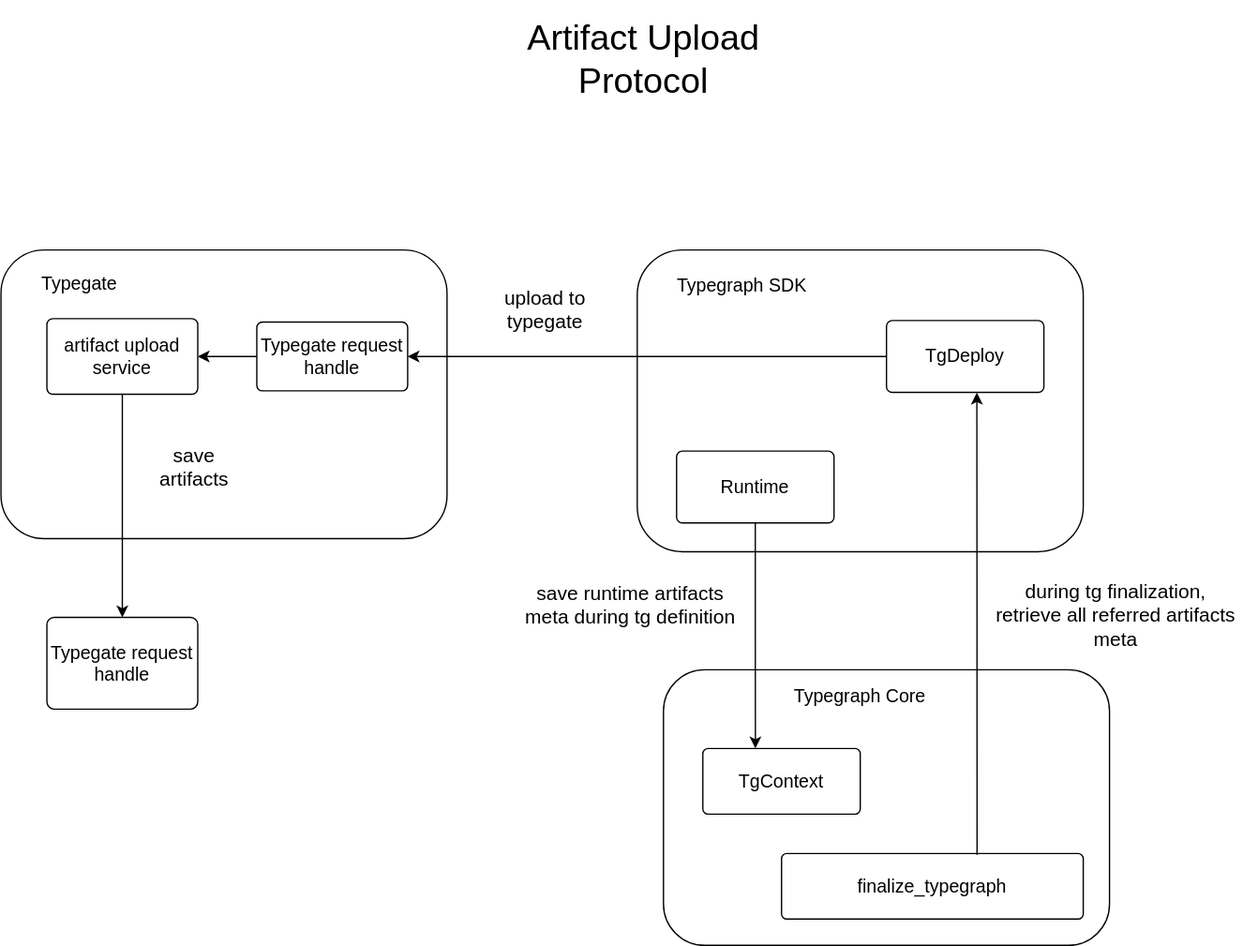
Before: docs/workflows/artifact_upload_protocol.drawio.svg, a diagram exported from draw.io (metatypedev/metatype). Source tidied: cells renumbered, new cells last; positions are measured from the earlier drawing's top-left corner, leaving out a move shared by most shapes.
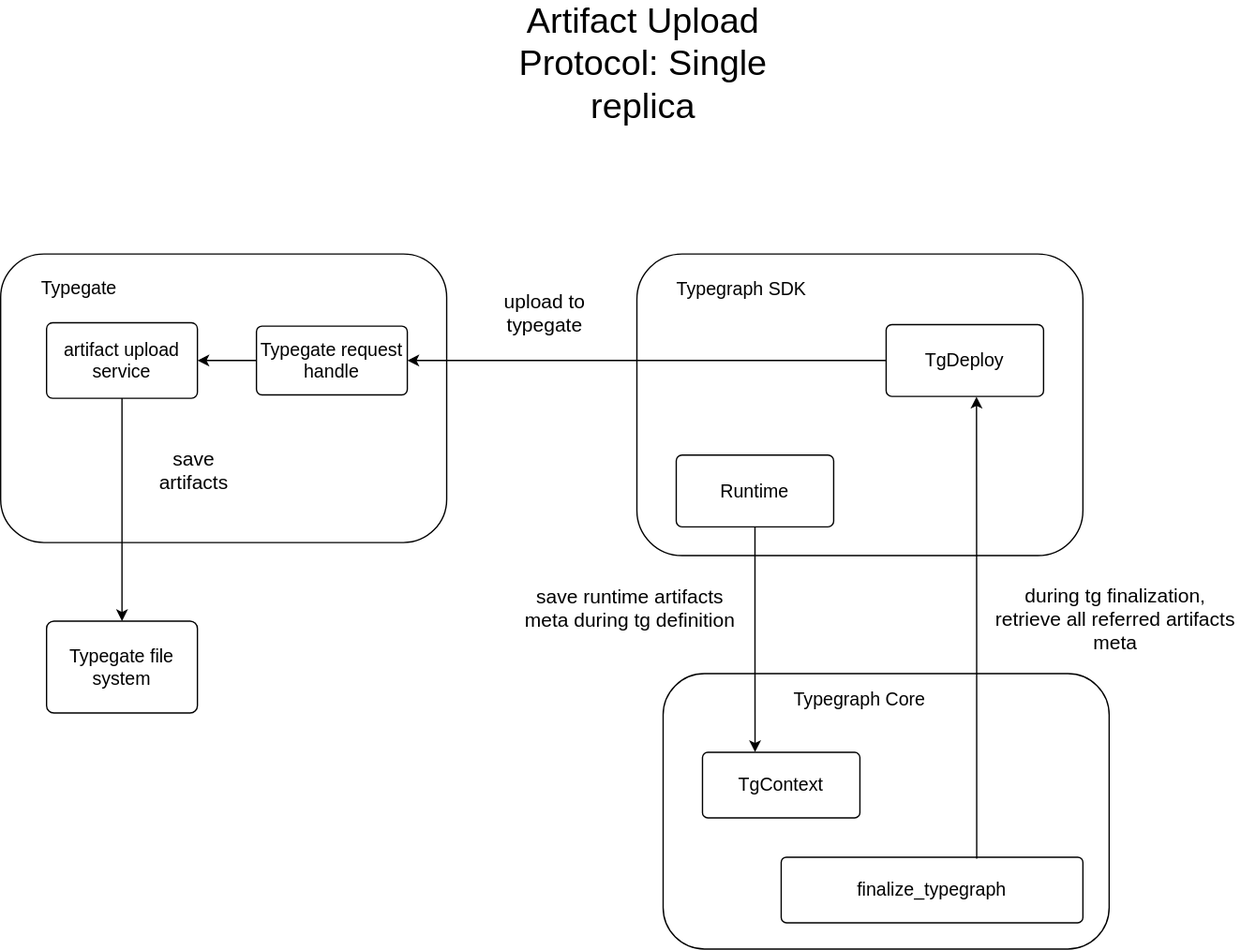
Later version of the same file.

Commit message:
feat(gate): resolve python artifacts during runtime init

Diff of the diagram source:
```diff
@@ -2,7 +2,7 @@
   <root>
     <mxCell id="0" />
     <mxCell id="1" parent="0" />
-    <mxCell id="2" value="&lt;font style=&quot;font-size: 27px;&quot;&gt;Artifact Upload Protocol&lt;/font&gt;" style="text;html=1;align=center;verticalAlign=middle;whiteSpace=wrap;rounded=0;" parent="1" vertex="1">
+    <mxCell id="2" value="&lt;font style=&quot;font-size: 27px;&quot;&gt;Artifact Upload Protocol: Single replica&lt;/font&gt;" style="text;html=1;align=center;verticalAlign=middle;whiteSpace=wrap;rounded=0;" parent="1" vertex="1">
       <mxGeometry x="365" width="250" height="90" as="geometry" />
     </mxCell>
     <mxCell id="3" style="group;" parent="1" vertex="1">
@@ -59,7 +59,7 @@
     <mxCell id="20" value="&lt;span style=&quot;font-size: 14px;&quot;&gt;finalize_typegraph&lt;/span&gt;" style="rounded=1;whiteSpace=wrap;html=1;arcSize=8;" parent="16" vertex="1">
       <mxGeometry x="90" y="140" width="230" height="50" as="geometry" />
     </mxCell>
-    <mxCell id="21" value="&lt;font style=&quot;font-size: 14px;&quot;&gt;Typegate request handle&lt;/font&gt;" style="rounded=1;whiteSpace=wrap;html=1;arcSize=8;" parent="1" vertex="1">
+    <mxCell id="21" value="&lt;font style=&quot;font-size: 14px;&quot;&gt;Typegate file system&lt;/font&gt;" style="rounded=1;whiteSpace=wrap;html=1;arcSize=8;" parent="1" vertex="1">
       <mxGeometry x="35" y="470" width="115" height="70" as="geometry" />
     </mxCell>
     <mxCell id="22" style="edgeStyle=orthogonalEdgeStyle;rounded=0;jettySize=auto;html=1;entryX=0.5;entryY=0;entryDx=0;entryDy=0;" parent="1" edge="1" source="8" target="21">
```
